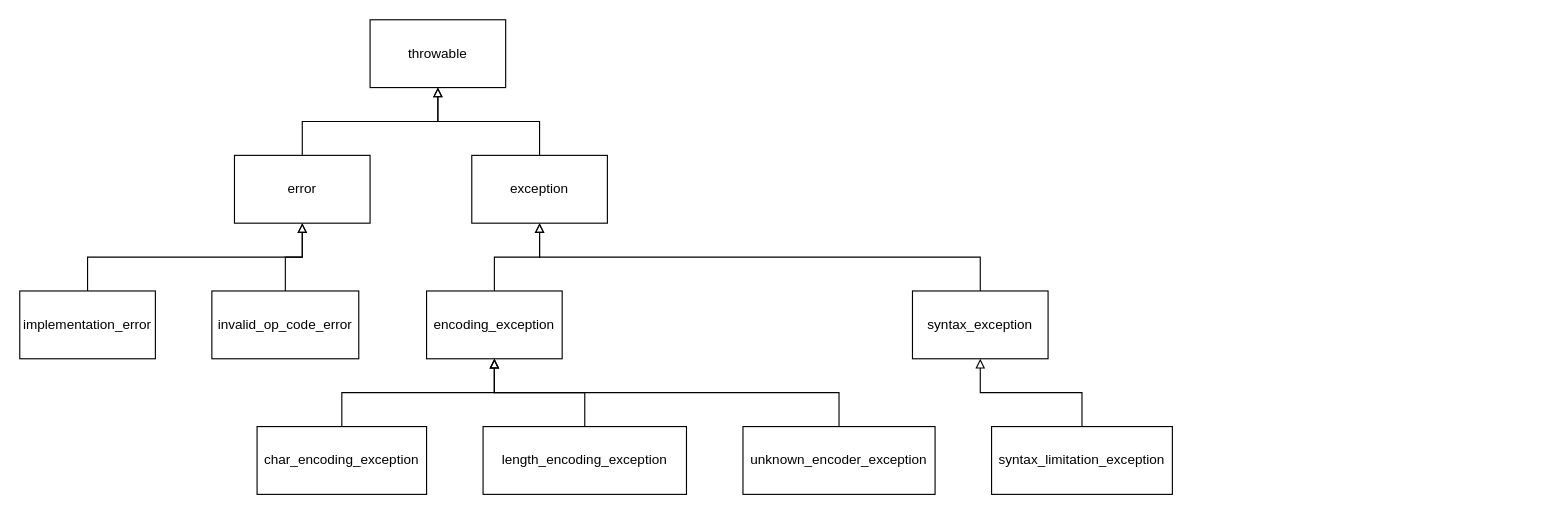
bialang/bia keeps this draw.io diagram as page "exception" (4 of 4) of Components.drawio. Above is the earlier version. Source tidied: cells renumbered, new cells numbered last; positions are measured from the earlier drawing's top-left corner, leaving out a move shared by most shapes. Both pictures are drawn from the tidied source at 113%, with x=0, y=0 at pixel (19, 19).
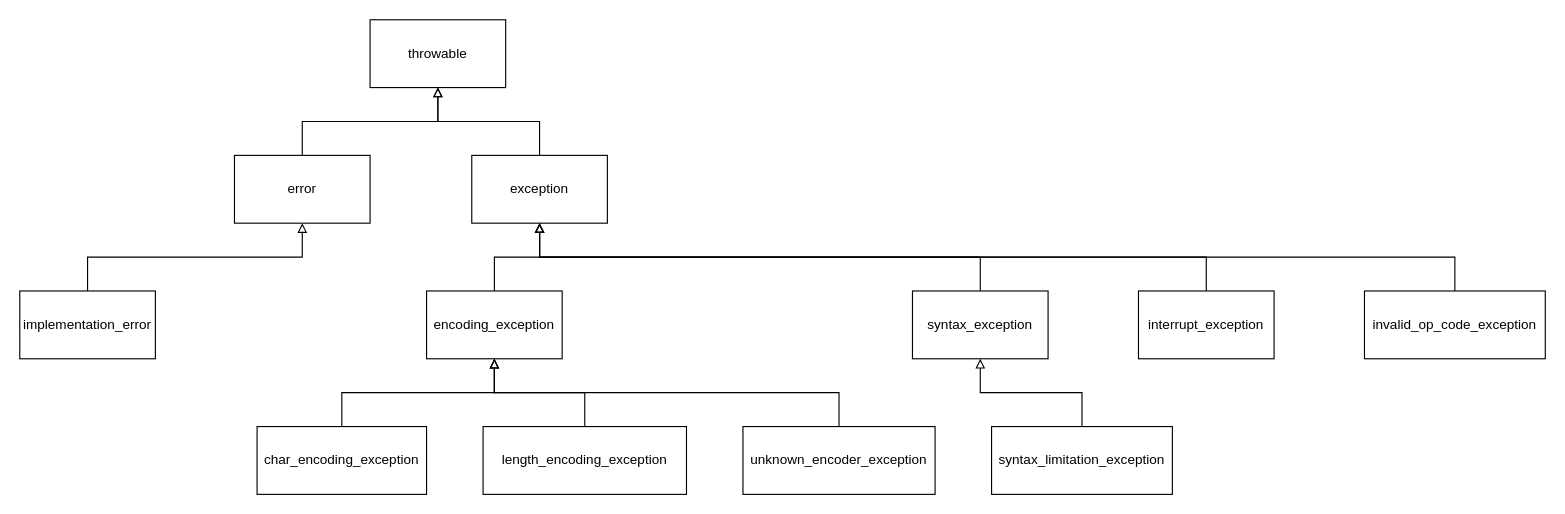
Above is the later version.

Unchanged cells that the change refers to:
```xml
<mxCell id="4" value="error" style="rounded=0;whiteSpace=wrap;html=1;" parent="1" vertex="1">
  <mxGeometry x="190" y="120" width="120" height="60" as="geometry" />
</mxCell>
<mxCell id="6" value="exception" style="rounded=0;whiteSpace=wrap;html=1;" parent="1" vertex="1">
  <mxGeometry x="400" y="120" width="120" height="60" as="geometry" />
</mxCell>
```

The edit, as a diff of the source:
```diff
@@
-    <mxCell id="13" style="edgeStyle=elbowEdgeStyle;rounded=0;jettySize=auto;elbow=vertical;html=1;endArrow=block;endFill=0;" parent="1" edge="1" source="14" target="4">
-      <mxGeometry relative="1" as="geometry" />
-    </mxCell>
-    <mxCell id="14" value="invalid_op_code_error" style="rounded=0;whiteSpace=wrap;html=1;" parent="1" vertex="1">
-      <mxGeometry x="170" y="240" width="130" height="60" as="geometry" />
-    </mxCell>
@@
+    <mxCell id="23" style="edgeStyle=elbowEdgeStyle;rounded=0;jettySize=auto;html=1;elbow=vertical;endArrow=block;endFill=0;" parent="1" edge="1" source="24" target="6">
+      <mxGeometry relative="1" as="geometry" />
+    </mxCell>
+    <mxCell id="24" value="interrupt_exception" style="rounded=0;whiteSpace=wrap;html=1;" parent="1" vertex="1">
+      <mxGeometry x="990" y="240" width="120" height="60" as="geometry" />
+    </mxCell>
+    <mxCell id="25" style="edgeStyle=elbowEdgeStyle;rounded=0;jettySize=auto;html=1;elbow=vertical;endArrow=block;endFill=0;" parent="1" edge="1" source="26" target="6">
+      <mxGeometry relative="1" as="geometry" />
+    </mxCell>
+    <mxCell id="26" value="invalid_op_code_exception" style="rounded=0;whiteSpace=wrap;html=1;" parent="1" vertex="1">
+      <mxGeometry x="1190" y="240" width="160" height="60" as="geometry" />
+    </mxCell>
```
